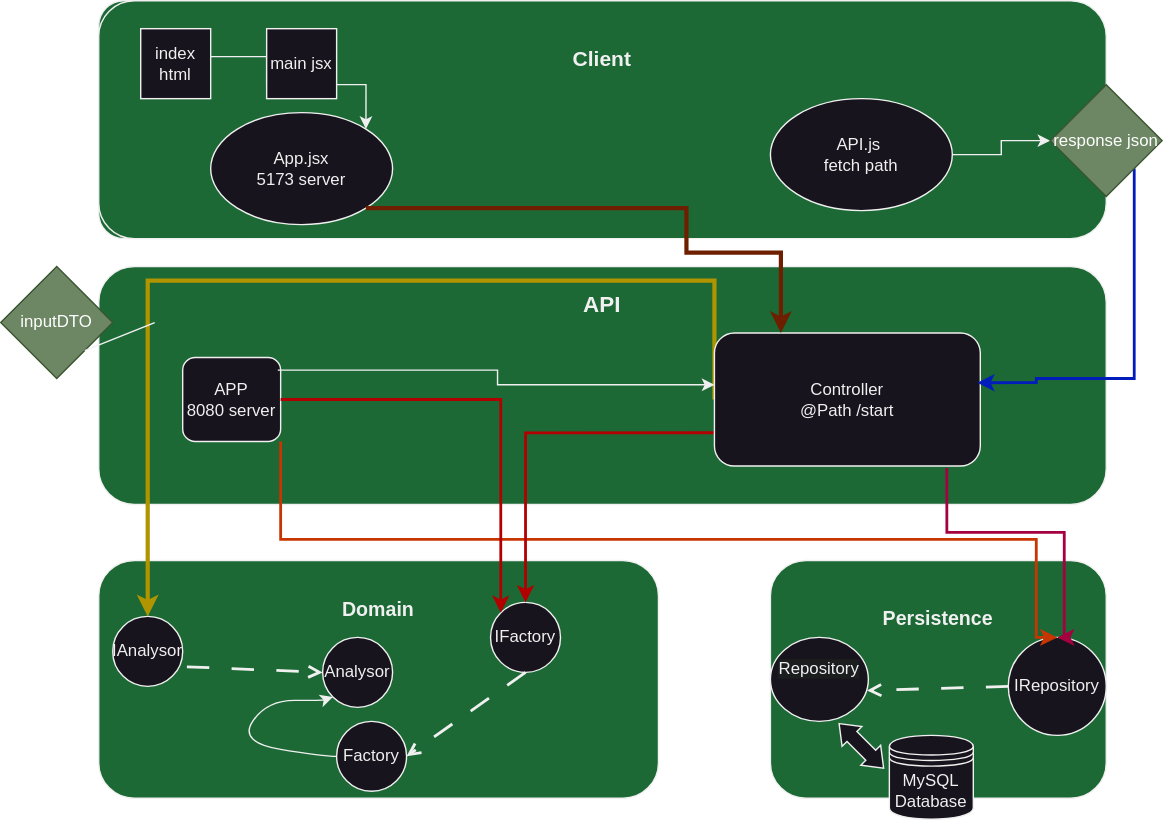
Above: Tekeningen/architectureDraw.svg in WesleyMols/IPsportdata (draw.io), before the change. Source tidied: cells renumbered, new cells last; positions are measured from the earlier drawing's top-left corner, leaving out a move shared by most shapes.
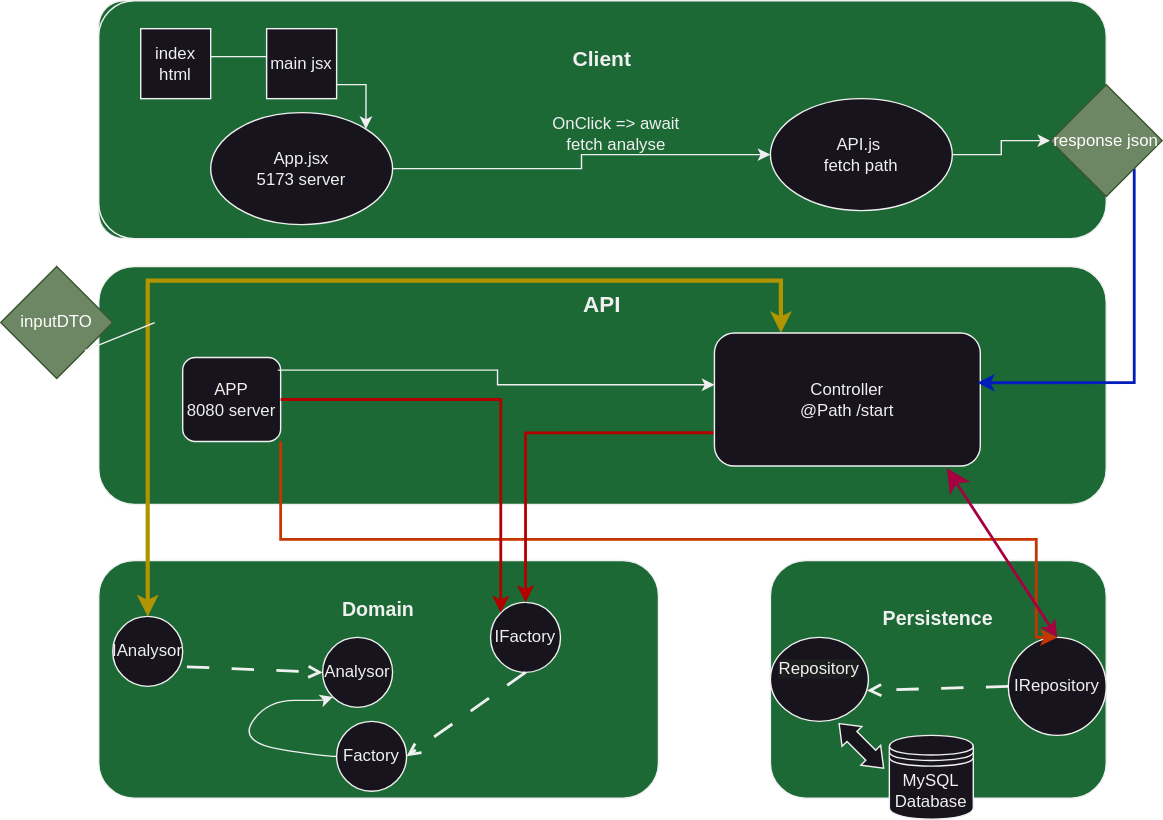
Later version of the same file.

What changed in the source:
```diff
@@ -50,10 +50,10 @@
     <mxCell id="15" style="edgeStyle=orthogonalEdgeStyle;rounded=0;jettySize=auto;html=1;exitX=0;exitY=0.75;exitDx=0;exitDy=0;fillColor=#e51400;strokeColor=#B20000;strokeWidth=2;" parent="1" edge="1" source="17" target="10">
       <mxGeometry relative="1" as="geometry" />
     </mxCell>
-    <mxCell id="16" style="edgeStyle=orthogonalEdgeStyle;rounded=0;jettySize=auto;html=1;exitX=0;exitY=0.5;exitDx=0;exitDy=0;entryX=0.5;entryY=0;entryDx=0;entryDy=0;fillColor=#e3c800;strokeColor=#B09500;strokeWidth=3;" parent="1" edge="1" source="17" target="12">
+    <mxCell id="16" style="edgeStyle=orthogonalEdgeStyle;rounded=0;jettySize=auto;html=1;exitX=0.25;exitY=0;exitDx=0;exitDy=0;entryX=0.5;entryY=0;entryDx=0;entryDy=0;fillColor=#e3c800;strokeColor=#B09500;strokeWidth=3;startArrow=classic;startFill=1;" parent="1" edge="1" source="17" target="12">
       <mxGeometry relative="1" as="geometry">
         <Array as="points">
-          <mxPoint x="510" y="200" />
+          <mxPoint x="558" y="200" />
           <mxPoint x="105" y="200" />
         </Array>
       </mxGeometry>
@@ -67,6 +67,9 @@
     <mxCell id="19" value="API.js&amp;nbsp;&lt;br&gt;fetch path" style="ellipse;whiteSpace=wrap;html=1;" parent="1" vertex="1">
       <mxGeometry x="550" y="70" width="130" height="80" as="geometry" />
     </mxCell>
+    <mxCell id="38" style="edgeStyle=orthogonalEdgeStyle;rounded=0;jettySize=auto;html=1;" parent="1" edge="1" source="20" target="19">
+      <mxGeometry relative="1" as="geometry" />
+    </mxCell>
     <mxCell id="20" value="App.jsx&lt;br&gt;5173 server" style="ellipse;whiteSpace=wrap;html=1;" parent="1" vertex="1">
       <mxGeometry x="150" y="80" width="130" height="80" as="geometry" />
     </mxCell>
@@ -76,24 +79,9 @@
     <mxCell id="22" style="edgeStyle=orthogonalEdgeStyle;rounded=0;jettySize=auto;html=1;exitX=0.971;exitY=0.15;exitDx=0;exitDy=0;entryX=0;entryY=0.389;entryDx=0;entryDy=0;entryPerimeter=0;exitPerimeter=0;" parent="1" edge="1" source="14" target="17">
       <mxGeometry relative="1" as="geometry" />
     </mxCell>
-    <mxCell id="23" style="edgeStyle=orthogonalEdgeStyle;rounded=0;jettySize=auto;html=1;exitX=0.874;exitY=1.016;exitDx=0;exitDy=0;entryX=0.5;entryY=0;entryDx=0;entryDy=0;fontColor=#8A0000;labelBackgroundColor=none;fillColor=#d80073;strokeColor=#A50040;startSize=11;strokeWidth=2;exitPerimeter=0;" parent="1" edge="1" source="17" target="8">
-      <mxGeometry relative="1" as="geometry">
-        <Array as="points">
-          <mxPoint x="676" y="380" />
-          <mxPoint x="760" y="380" />
-          <mxPoint x="760" y="455" />
-        </Array>
-      </mxGeometry>
+    <mxCell id="23" style="rounded=0;jettySize=auto;html=1;exitX=0.874;exitY=1.016;exitDx=0;exitDy=0;entryX=0.5;entryY=0;entryDx=0;entryDy=0;fontColor=#8A0000;labelBackgroundColor=none;fillColor=#d80073;strokeColor=#A50040;startSize=11;strokeWidth=2;exitPerimeter=0;startArrow=classic;startFill=1;" parent="1" edge="1" source="17" target="8">
+      <mxGeometry relative="1" as="geometry" />
     </mxCell>
-    <mxCell id="24" style="edgeStyle=orthogonalEdgeStyle;rounded=0;jettySize=auto;html=1;exitX=1;exitY=1;exitDx=0;exitDy=0;entryX=0.25;entryY=0;entryDx=0;entryDy=0;fillColor=#a0522d;strokeColor=#6D1F00;strokeWidth=3;" parent="1" edge="1" source="20" target="17">
-      <mxGeometry relative="1" as="geometry">
-        <Array as="points">
-          <mxPoint x="490" y="148" />
-          <mxPoint x="490" y="180" />
-          <mxPoint x="558" y="180" />
-        </Array>
-      </mxGeometry>
-    </mxCell>
     <mxCell id="25" value="MySQL Database" style="shape=datastore;whiteSpace=wrap;html=1;" parent="1" vertex="1">
       <mxGeometry x="635" y="525" width="60" height="60" as="geometry" />
     </mxCell>
@@ -147,14 +135,15 @@
     <mxCell id="36" style="edgeStyle=orthogonalEdgeStyle;rounded=0;jettySize=auto;html=1;entryX=0.989;entryY=0.374;entryDx=0;entryDy=0;entryPerimeter=0;fillColor=#0050ef;strokeColor=#001DBC;strokeWidth=2;" parent="1" edge="1" source="37" target="17">
       <mxGeometry relative="1" as="geometry">
         <Array as="points">
-          <mxPoint x="810" y="270" />
-          <mxPoint x="740" y="270" />
-          <mxPoint x="740" y="273" />
+          <mxPoint x="810" y="273" />
         </Array>
       </mxGeometry>
     </mxCell>
     <mxCell id="37" value="response json" style="rhombus;whiteSpace=wrap;html=1;fillColor=#6d8764;fontColor=#ffffff;strokeColor=#3A5431;" parent="1" vertex="1">
       <mxGeometry x="750" y="60" width="80" height="80" as="geometry" />
     </mxCell>
+    <mxCell id="39" value="OnClick =&amp;gt; await fetch analyse" style="text;html=1;strokeColor=none;fillColor=none;align=center;verticalAlign=middle;whiteSpace=wrap;rounded=0;" parent="1" vertex="1">
+      <mxGeometry x="380" y="80" width="120" height="30" as="geometry" />
+    </mxCell>
   </root>
 </mxGraphModel>
```
